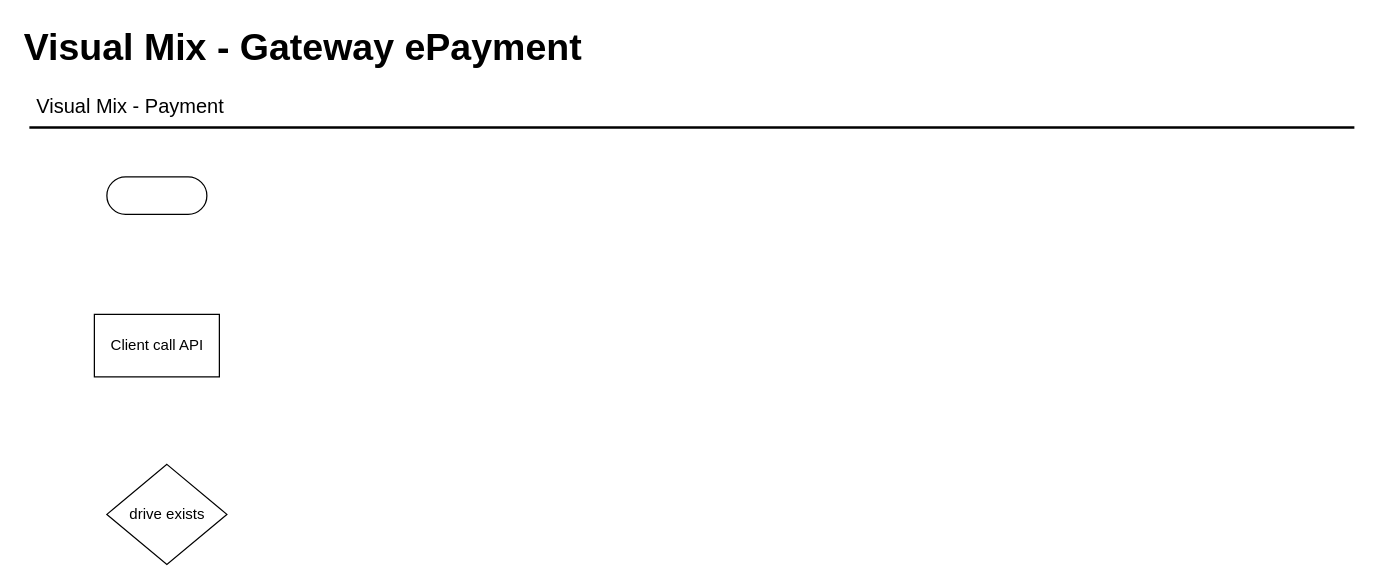
Wiu0/diagram keeps this draw.io diagram as page "Action Flux" (2 of 3) of gateway-epayment.drawio. Above is the earlier version. Source tidied: cells renumbered, new cells numbered last; positions are measured from the earlier drawing's top-left corner, leaving out a move shared by most shapes. Both pictures are drawn from the tidied source at 125%, with x=0, y=0 at pixel (21, 21).
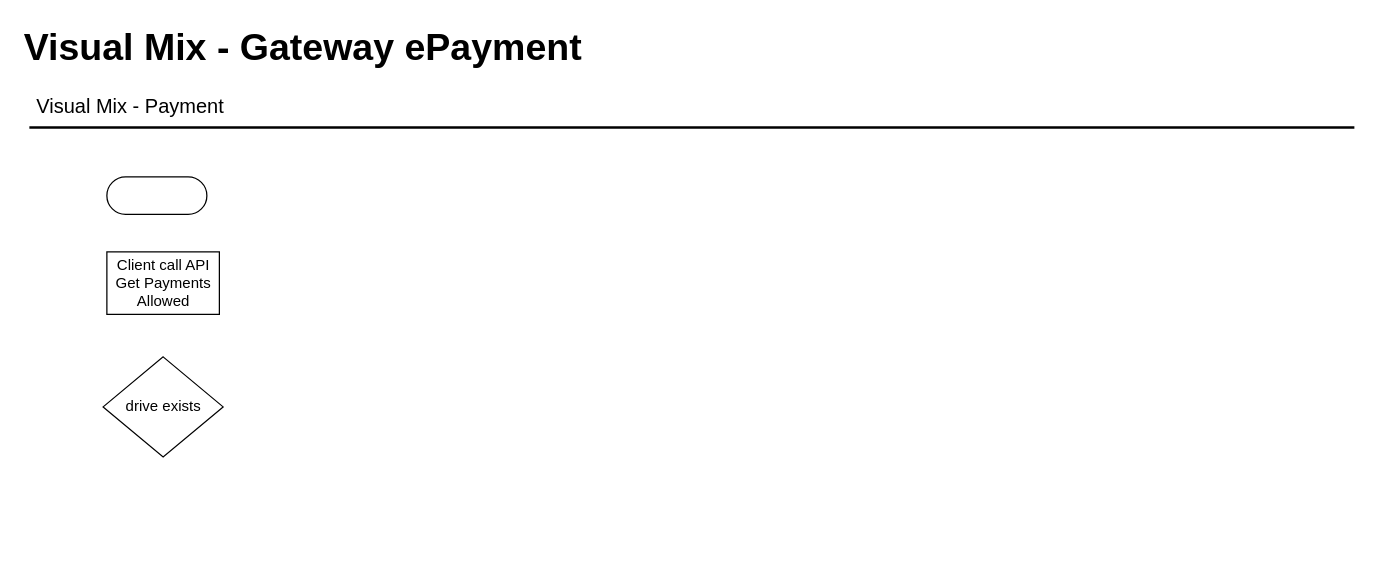
The same diagram, later.

The edit, as a diff of the source:
```diff
@@
 <mxGraphModel>
   <root>
     <mxCell id="0" />
     <mxCell id="1" parent="0" />
     <mxCell id="2" value="Visual Mix - Gateway ePayment" style="text;html=1;align=left;verticalAlign=top;spacingTop=-4;fontSize=30;fontStyle=1;" parent="1" vertex="1">
       <mxGeometry y="-0.5" width="460" height="40" as="geometry" />
     </mxCell>
     <mxCell id="3" value="Visual Mix - Payment" style="text;html=1;align=left;verticalAlign=top;spacingTop=-4;fontSize=16;" parent="1" vertex="1">
       <mxGeometry x="10" y="54.5" width="170" height="20" as="geometry" />
     </mxCell>
     <mxCell id="4" style="line;strokeWidth=2;html=1;fontSize=14;" parent="1" vertex="1">
       <mxGeometry x="6" y="79.5" width="1060" height="10" as="geometry" />
     </mxCell>
     <mxCell id="5" style="html=1;dashed=0;whitespace=wrap;shape=mxgraph.dfd.start;" parent="1" vertex="1">
       <mxGeometry x="68" y="124" width="80" height="30" as="geometry" />
     </mxCell>
-    <mxCell id="6" value="Client call API" style="html=1;dashed=0;whitespace=wrap;" parent="1" vertex="1">
-      <mxGeometry x="58" y="234" width="100" height="50" as="geometry" />
+    <mxCell id="6" value="Client call API&lt;br&gt;Get Payments &lt;br&gt;Allowed" style="html=1;dashed=0;whitespace=wrap;" parent="1" vertex="1">
+      <mxGeometry x="68" y="184" width="90" height="50" as="geometry" />
     </mxCell>
     <mxCell id="7" value="drive exists" style="shape=rhombus;html=1;dashed=0;whitespace=wrap;perimeter=rhombusPerimeter;" parent="1" vertex="1">
-      <mxGeometry x="68" y="354" width="96" height="80" as="geometry" />
+      <mxGeometry x="65" y="268" width="96" height="80" as="geometry" />
     </mxCell>
   </root>
 </mxGraphModel>
```
